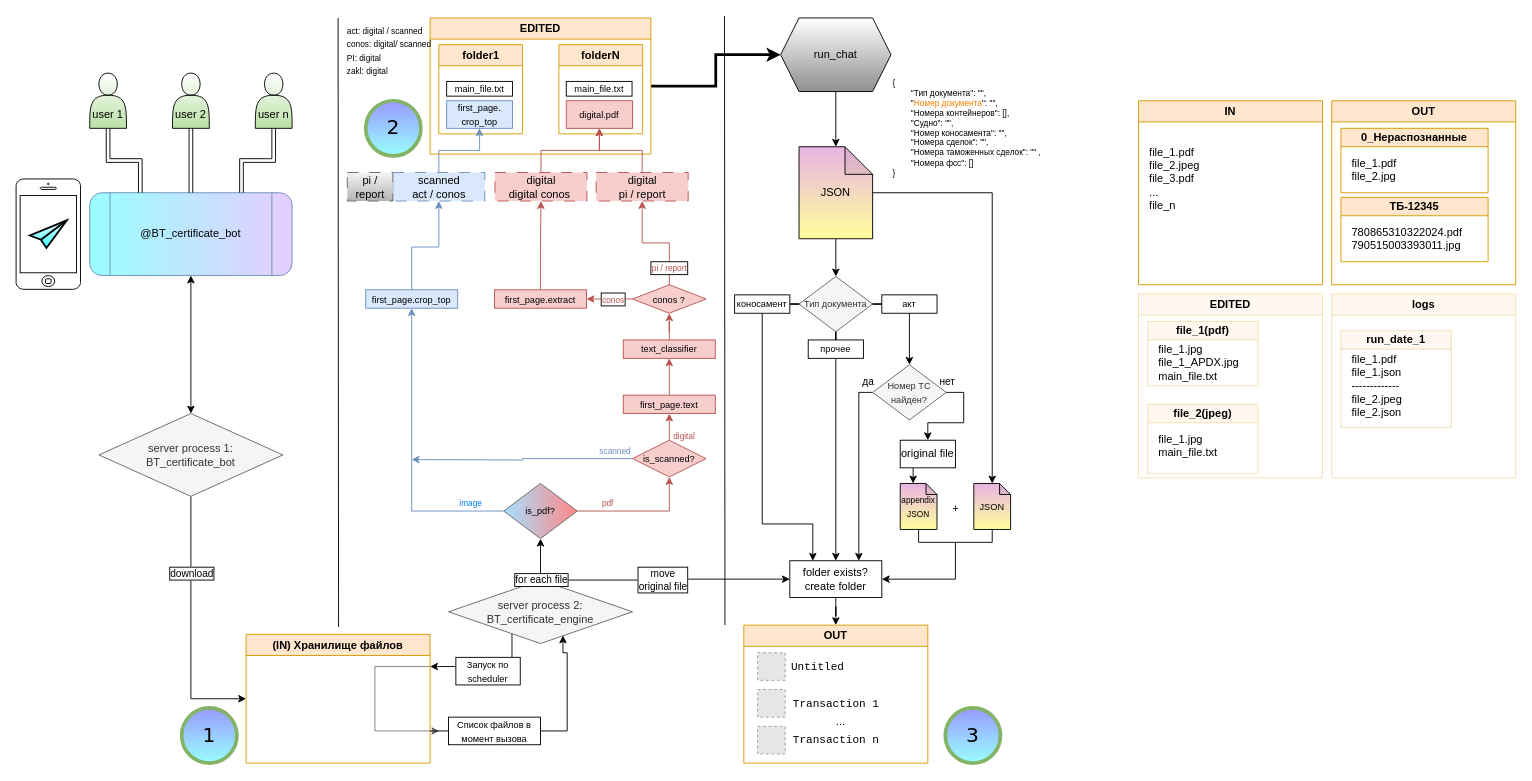
This is SCHEMAS/certificate_bot.drawio from maxfil333/shared, a draw.io file, before an edit. Source tidied: cells renumbered, new cells numbered last; positions are measured from the earlier drawing's top-left corner, leaving out a move shared by most shapes. Both pictures are drawn from the tidied source at 92%, with x=0, y=0 at pixel (16, 16). Pictures stored in the file or linked from it are replaced by grey dashed boxes.
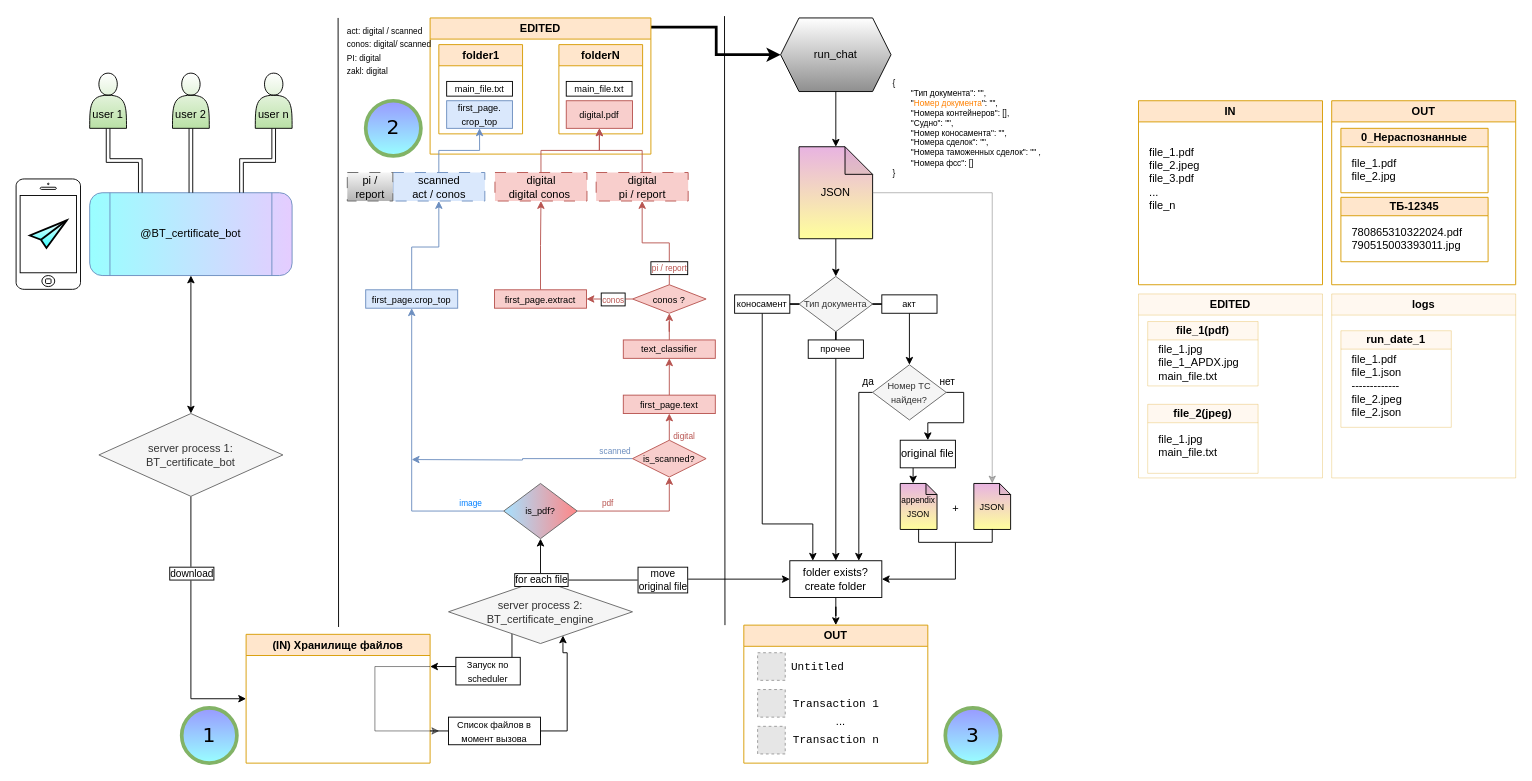
The same page after the edit.

Unchanged cells that the change refers to:
```xml
<mxCell id="24" value="run_chat" style="shape=hexagon;perimeter=hexagonPerimeter2;whiteSpace=wrap;html=1;fixedSize=1;gradientColor=#8F8F8F;" parent="1" vertex="1">
  <mxGeometry x="831" y="2" width="120" height="80" as="geometry" />
</mxCell>
<mxCell id="26" value="JSON" style="shape=note;whiteSpace=wrap;html=1;backgroundOutline=1;darkOpacity=0.05;gradientColor=#FFFF9C;fillColor=#E8B3E1;" parent="1" vertex="1">
  <mxGeometry x="851" y="142" width="80" height="100" as="geometry" />
</mxCell>
<mxCell id="67" value="EDITED" style="swimlane;whiteSpace=wrap;html=1;fillColor=#ffe6cc;strokeColor=#d79b00;" parent="1" vertex="1">
  <mxGeometry x="450" y="2" width="240" height="148" as="geometry" />
</mxCell>
<mxCell id="97" value="&lt;div&gt;&lt;font size=&quot;1&quot;&gt;JSON&lt;/font&gt;&lt;/div&gt;" style="shape=note;whiteSpace=wrap;html=1;backgroundOutline=1;darkOpacity=0.05;gradientColor=#FFFF9C;fillColor=#E8B3E1;size=12;" parent="1" vertex="1">
  <mxGeometry x="1041" y="508" width="40" height="50" as="geometry" />
</mxCell>
```

The edit, as a diff of the source:
```diff
@@
     <mxCell id="66" style="edgeStyle=orthogonalEdgeStyle;rounded=0;jettySize=auto;html=1;entryX=0;entryY=0.5;entryDx=0;entryDy=0;flowAnimation=1;strokeWidth=3;" parent="1" edge="1" source="67" target="24">
-      <mxGeometry relative="1" as="geometry" />
+      <mxGeometry relative="1" as="geometry">
+        <Array as="points">
+          <mxPoint x="761" y="12" />
+          <mxPoint x="761" y="42" />
+        </Array>
+      </mxGeometry>
     </mxCell>
@@
-    <mxCell id="102" style="edgeStyle=orthogonalEdgeStyle;rounded=0;jettySize=auto;html=1;entryX=0.5;entryY=0;entryDx=0;entryDy=0;entryPerimeter=0;flowAnimation=1;" parent="1" edge="1" source="26" target="97">
+    <mxCell id="102" style="edgeStyle=orthogonalEdgeStyle;rounded=0;jettySize=auto;html=1;entryX=0.5;entryY=0;entryDx=0;entryDy=0;entryPerimeter=0;flowAnimation=1;fillColor=#f5f5f5;gradientColor=#b3b3b3;strokeColor=#666666;opacity=50;" parent="1" edge="1" source="26" target="97">
       <mxGeometry relative="1" as="geometry" />
     </mxCell>
```
